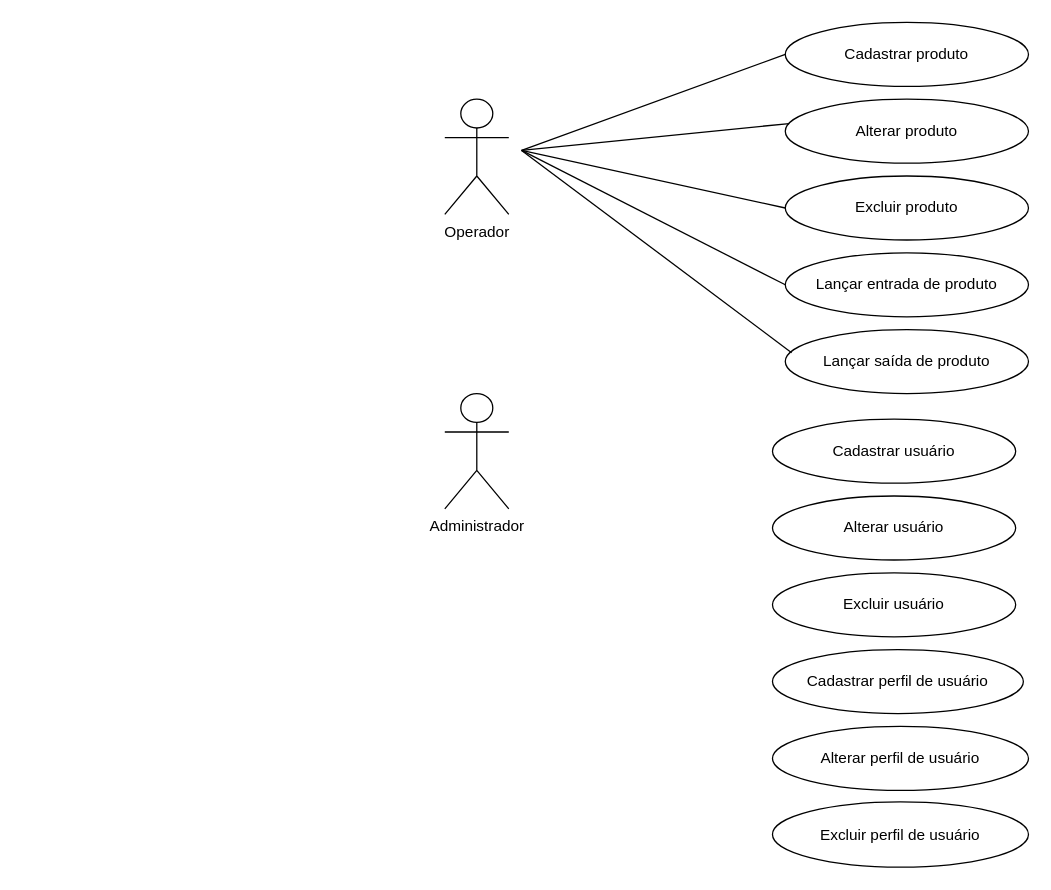
diguima/cursos keeps this draw.io diagram as back-end/projects/SGE/Diagrama sem nome.drawio. Above is the earlier version. Source tidied: cells renumbered, new cells numbered last; positions are measured from the earlier drawing's top-left corner, leaving out a move shared by most shapes. Both pictures are drawn from the tidied source at 128%, with x=0, y=0 at pixel (444, 22).
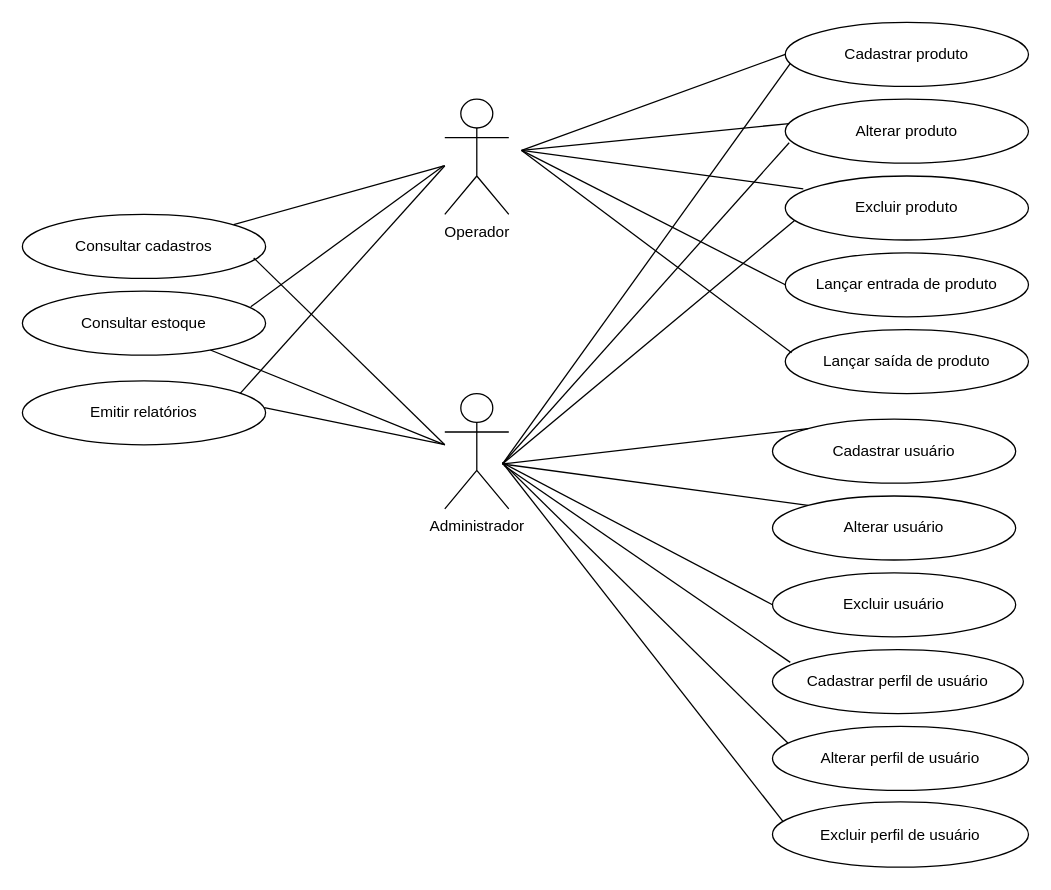
After the change.

Unchanged cells that the change refers to:
```xml
<mxCell id="2" value="Operador" style="shape=umlActor;verticalLabelPosition=bottom;verticalAlign=top;html=1;outlineConnect=0;" parent="1" vertex="1">
  <mxGeometry y="60" width="50" height="90" as="geometry" />
</mxCell>
<mxCell id="3" value="Administrador" style="shape=umlActor;verticalLabelPosition=bottom;verticalAlign=top;html=1;outlineConnect=0;" parent="1" vertex="1">
  <mxGeometry y="290" width="50" height="90" as="geometry" />
</mxCell>
<mxCell id="4" value="Cadastrar produto" style="ellipse;whiteSpace=wrap;html=1;" parent="1" vertex="1">
  <mxGeometry x="266" width="190" height="50" as="geometry" />
</mxCell>
<mxCell id="5" value="Alterar produto" style="ellipse;whiteSpace=wrap;html=1;" parent="1" vertex="1">
  <mxGeometry x="266" y="60" width="190" height="50" as="geometry" />
</mxCell>
<mxCell id="6" value="Excluir produto" style="ellipse;whiteSpace=wrap;html=1;" parent="1" vertex="1">
  <mxGeometry x="266" y="120" width="190" height="50" as="geometry" />
</mxCell>
<mxCell id="7" value="Cadastrar usuário" style="ellipse;whiteSpace=wrap;html=1;" parent="1" vertex="1">
  <mxGeometry x="256" y="310" width="190" height="50" as="geometry" />
</mxCell>
<mxCell id="8" value="Alterar usuário" style="ellipse;whiteSpace=wrap;html=1;" parent="1" vertex="1">
  <mxGeometry x="256" y="370" width="190" height="50" as="geometry" />
</mxCell>
<mxCell id="9" value="Excluir usuário" style="ellipse;whiteSpace=wrap;html=1;" parent="1" vertex="1">
  <mxGeometry x="256" y="430" width="190" height="50" as="geometry" />
</mxCell>
<mxCell id="10" value="Cadastrar perfil de usuário" style="ellipse;whiteSpace=wrap;html=1;" parent="1" vertex="1">
  <mxGeometry x="256" y="490" width="196" height="50" as="geometry" />
</mxCell>
```

What changed in the source:
```diff
@@
-    <mxCell id="15" style="endArrow=none;html=1;rounded=0;entryX=0;entryY=0.5;entryDx=0;entryDy=0;" parent="1" edge="1" target="6">
+    <mxCell id="15" style="endArrow=none;html=1;rounded=0;entryX=0.074;entryY=0.2;entryDx=0;entryDy=0;entryPerimeter=0;" parent="1" edge="1" target="6">
       <mxGeometry relative="1" as="geometry">
         <mxPoint x="60" y="100" as="sourcePoint" />
       </mxGeometry>
     </mxCell>
@@
+    <mxCell id="20" style="endArrow=none;html=1;rounded=0;entryX=0;entryY=0.5;entryDx=0;entryDy=0;exitX=0.021;exitY=0.64;exitDx=0;exitDy=0;exitPerimeter=0;" parent="1" edge="1" source="4">
+      <mxGeometry relative="1" as="geometry">
+        <mxPoint x="45" y="345" as="targetPoint" />
+      </mxGeometry>
+    </mxCell>
+    <mxCell id="21" style="endArrow=none;html=1;rounded=0;entryX=0.016;entryY=0.38;entryDx=0;entryDy=0;entryPerimeter=0;exitX=0.016;exitY=0.68;exitDx=0;exitDy=0;exitPerimeter=0;" parent="1" edge="1" source="5">
+      <mxGeometry relative="1" as="geometry">
+        <mxPoint x="45" y="345" as="targetPoint" />
+      </mxGeometry>
+    </mxCell>
+    <mxCell id="22" style="endArrow=none;html=1;rounded=0;entryX=0;entryY=0.5;entryDx=0;entryDy=0;exitX=0.037;exitY=0.7;exitDx=0;exitDy=0;exitPerimeter=0;" parent="1" edge="1" source="6">
+      <mxGeometry relative="1" as="geometry">
+        <mxPoint x="45" y="345" as="targetPoint" />
+      </mxGeometry>
+    </mxCell>
+    <mxCell id="23" style="endArrow=none;html=1;rounded=0;entryX=0;entryY=0.5;entryDx=0;entryDy=0;exitX=0;exitY=0;exitDx=0;exitDy=0;" parent="1" edge="1" source="7">
+      <mxGeometry relative="1" as="geometry">
+        <mxPoint x="45" y="345" as="targetPoint" />
+      </mxGeometry>
+    </mxCell>
+    <mxCell id="24" style="endArrow=none;html=1;rounded=0;entryX=0.026;entryY=0.36;entryDx=0;entryDy=0;entryPerimeter=0;exitX=0;exitY=0;exitDx=0;exitDy=0;" parent="1" edge="1" source="8">
+      <mxGeometry relative="1" as="geometry">
+        <mxPoint x="45" y="345" as="targetPoint" />
+      </mxGeometry>
+    </mxCell>
+    <mxCell id="25" style="endArrow=none;html=1;rounded=0;exitX=0;exitY=0.5;exitDx=0;exitDy=0;" parent="1" edge="1" source="9">
+      <mxGeometry relative="1" as="geometry">
+        <mxPoint x="45" y="344" as="targetPoint" />
+      </mxGeometry>
+    </mxCell>
+    <mxCell id="26" style="endArrow=none;html=1;rounded=0;exitX=0.071;exitY=0.2;exitDx=0;exitDy=0;exitPerimeter=0;" parent="1" edge="1" source="10">
+      <mxGeometry relative="1" as="geometry">
+        <mxPoint x="46" y="346" as="targetPoint" />
+      </mxGeometry>
+    </mxCell>
+    <mxCell id="27" style="endArrow=none;html=1;rounded=0;" parent="1" edge="1">
+      <mxGeometry relative="1" as="geometry">
+        <mxPoint x="268" y="563" as="sourcePoint" />
+        <mxPoint x="45" y="344" as="targetPoint" />
+      </mxGeometry>
+    </mxCell>
+    <mxCell id="28" style="endArrow=none;html=1;rounded=0;" parent="1" edge="1">
+      <mxGeometry relative="1" as="geometry">
+        <mxPoint x="264" y="624" as="sourcePoint" />
+        <mxPoint x="45" y="344" as="targetPoint" />
+      </mxGeometry>
+    </mxCell>
+    <mxCell id="29" value="Emitir relatórios" style="ellipse;whiteSpace=wrap;html=1;" parent="1" vertex="1">
+      <mxGeometry x="-330" y="280" width="190" height="50" as="geometry" />
+    </mxCell>
+    <mxCell id="30" value="Consultar cadastros" style="ellipse;whiteSpace=wrap;html=1;" parent="1" vertex="1">
+      <mxGeometry x="-330" y="150" width="190" height="50" as="geometry" />
+    </mxCell>
+    <mxCell id="31" value="Consultar estoque" style="ellipse;whiteSpace=wrap;html=1;" parent="1" vertex="1">
+      <mxGeometry x="-330" y="210" width="190" height="50" as="geometry" />
+    </mxCell>
+    <mxCell id="32" style="endArrow=none;html=1;rounded=0;" parent="1" edge="1" target="2">
+      <mxGeometry relative="1" as="geometry">
+        <mxPoint x="-165" y="158" as="sourcePoint" />
+      </mxGeometry>
+    </mxCell>
+    <mxCell id="33" style="endArrow=none;html=1;rounded=0;exitX=0.939;exitY=0.244;exitDx=0;exitDy=0;exitPerimeter=0;" parent="1" edge="1" source="31">
+      <mxGeometry relative="1" as="geometry">
+        <mxPoint x="-1" y="112" as="targetPoint" />
+      </mxGeometry>
+    </mxCell>
+    <mxCell id="34" style="endArrow=none;html=1;rounded=0;exitX=0.939;exitY=0.244;exitDx=0;exitDy=0;exitPerimeter=0;" parent="1" edge="1">
+      <mxGeometry relative="1" as="geometry">
+        <mxPoint x="-160" y="290" as="sourcePoint" />
+        <mxPoint y="112" as="targetPoint" />
+      </mxGeometry>
+    </mxCell>
+    <mxCell id="35" style="endArrow=none;html=1;rounded=0;" parent="1" edge="1" target="3">
+      <mxGeometry relative="1" as="geometry">
+        <mxPoint x="-141" y="301" as="sourcePoint" />
+      </mxGeometry>
+    </mxCell>
+    <mxCell id="36" style="endArrow=none;html=1;rounded=0;" parent="1" edge="1" source="31">
+      <mxGeometry relative="1" as="geometry">
+        <mxPoint y="330" as="targetPoint" />
+      </mxGeometry>
+    </mxCell>
+    <mxCell id="37" style="endArrow=none;html=1;rounded=0;exitX=0.951;exitY=0.68;exitDx=0;exitDy=0;exitPerimeter=0;" parent="1" edge="1" source="30">
+      <mxGeometry relative="1" as="geometry">
+        <mxPoint y="330" as="targetPoint" />
+      </mxGeometry>
+    </mxCell>
```
